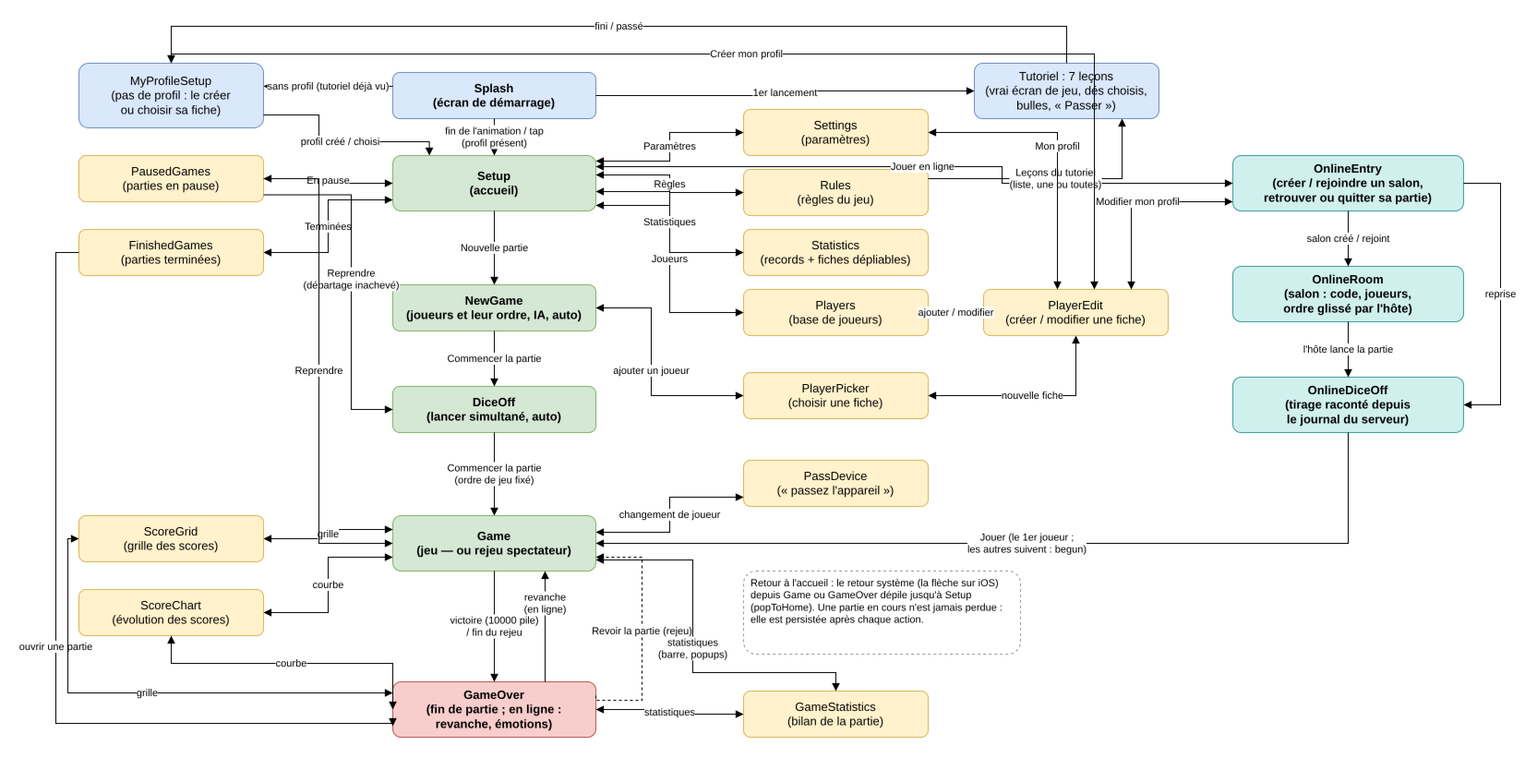
microscotch/tenk keeps this draw.io diagram as docs/screen-flow.png. Above is the earlier version. Source tidied: cells renumbered, new cells last; positions are measured from the earlier drawing's top-left corner, leaving out a move shared by most shapes.
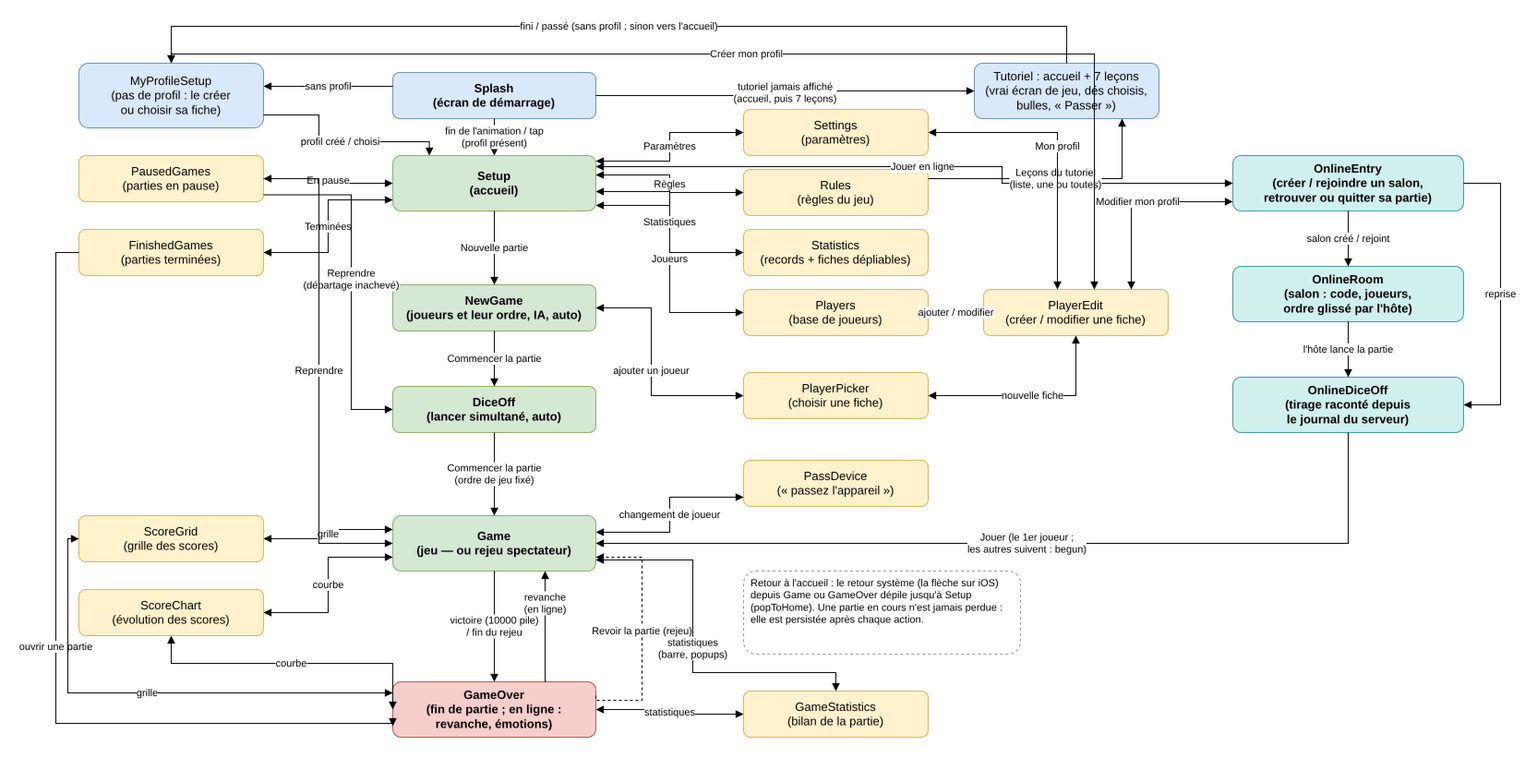
The same file after the commit.

Diff of the diagram source:
```diff
@@ -216,13 +216,13 @@
     <mxCell id="54" value="MyProfileSetup&#10;(pas de profil : le créer&#10;ou choisir sa fiche)" style="rounded=1;whiteSpace=wrap;html=1;fillColor=#dae8fc;strokeColor=#6c8ebf;fontSize=13;" parent="1" vertex="1">
       <mxGeometry x="25" y="40" width="200" height="70" as="geometry" />
     </mxCell>
-    <mxCell id="55" value="Tutoriel : 7 leçons&#10;(vrai écran de jeu, dés choisis,&#10;bulles, « Passer »)" style="rounded=1;whiteSpace=wrap;html=1;fillColor=#dae8fc;strokeColor=#6c8ebf;fontSize=13;" parent="1" vertex="1">
+    <mxCell id="55" value="Tutoriel : accueil + 7 leçons&#10;(vrai écran de jeu, dés choisis,&#10;bulles, « Passer »)" style="rounded=1;whiteSpace=wrap;html=1;fillColor=#dae8fc;strokeColor=#6c8ebf;fontSize=13;" parent="1" vertex="1">
       <mxGeometry x="995" y="40" width="200" height="60" as="geometry" />
     </mxCell>
-    <mxCell id="56" value="1er lancement" style="edgeStyle=orthogonalEdgeStyle;rounded=0;html=1;fontSize=11;endArrow=block;endFill=1;labelBackgroundColor=#ffffff;exitX=1;exitY=0.5;entryX=0;entryY=0.5;" parent="1" edge="1" source="2" target="55">
+    <mxCell id="56" value="tutoriel jamais affiché&#10;(accueil, puis 7 leçons)" style="edgeStyle=orthogonalEdgeStyle;rounded=0;html=1;fontSize=11;endArrow=block;endFill=1;labelBackgroundColor=#ffffff;exitX=1;exitY=0.5;entryX=0;entryY=0.5;" parent="1" edge="1" source="2" target="55">
       <mxGeometry relative="1" as="geometry" />
     </mxCell>
-    <mxCell id="57" value="fini / passé" style="edgeStyle=orthogonalEdgeStyle;rounded=0;html=1;fontSize=11;endArrow=block;endFill=1;labelBackgroundColor=#ffffff;exitX=0.5;exitY=0;entryX=0.5;entryY=0;" parent="1" edge="1" source="55" target="54">
+    <mxCell id="57" value="fini / passé (sans profil ; sinon vers l'accueil)" style="edgeStyle=orthogonalEdgeStyle;rounded=0;html=1;fontSize=11;endArrow=block;endFill=1;labelBackgroundColor=#ffffff;exitX=0.5;exitY=0;entryX=0.5;entryY=0;" parent="1" edge="1" source="55" target="54">
       <mxGeometry relative="1" as="geometry">
         <Array as="points">
           <mxPoint x="1095" />
@@ -238,7 +238,7 @@
         <mxPoint y="-25" as="offset" />
       </mxGeometry>
     </mxCell>
-    <mxCell id="60" value="sans profil (tutoriel déjà vu)" style="edgeStyle=orthogonalEdgeStyle;rounded=0;html=1;fontSize=11;endArrow=block;endFill=1;labelBackgroundColor=#ffffff;exitX=0;exitY=0.3;entryX=1;entryY=0.357;" parent="1" edge="1" source="2" target="54">
+    <mxCell id="60" value="sans profil" style="edgeStyle=orthogonalEdgeStyle;rounded=0;html=1;fontSize=11;endArrow=block;endFill=1;labelBackgroundColor=#ffffff;exitX=0;exitY=0.3;entryX=1;entryY=0.357;" parent="1" edge="1" source="2" target="54">
       <mxGeometry relative="1" as="geometry" />
     </mxCell>
     <mxCell id="61" value="profil créé / choisi" style="edgeStyle=orthogonalEdgeStyle;rounded=0;html=1;fontSize=11;endArrow=block;endFill=1;labelBackgroundColor=#ffffff;exitX=1;exitY=0.8;entryX=0.18;entryY=0;" parent="1" edge="1" source="54" target="3">
```
